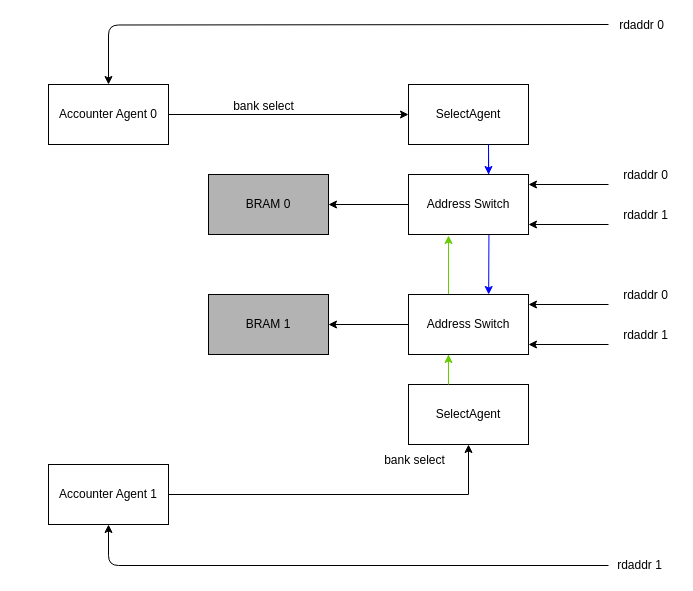
Before: page "read switch" (2 of 2) of doc/figures.drawio in dpretet/meduram, a draw.io diagram. Source tidied: cells renumbered, new cells numbered last; positions are measured from the earlier drawing's top-left corner, leaving out a move shared by most shapes. Both pictures are drawn from the tidied source at 100%, with x=0, y=0 at pixel (48, 24).
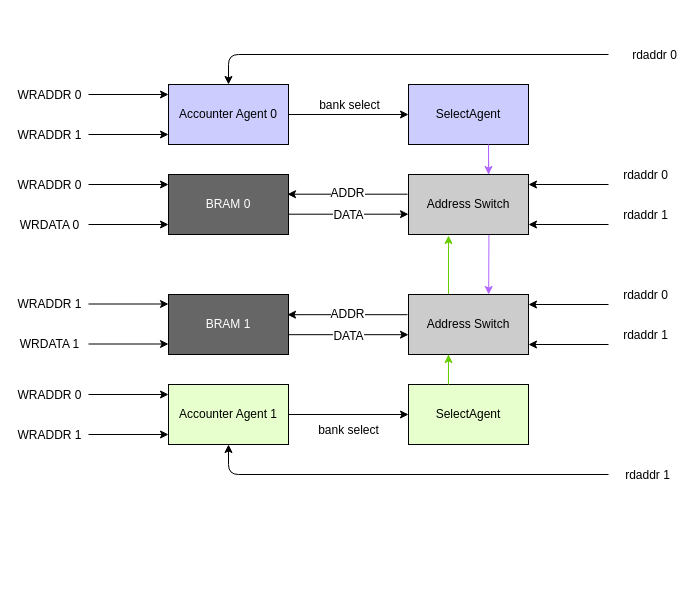
After the change.

Unchanged cells that the change refers to:
```xml
<mxCell id="4" style="edgeStyle=orthogonalEdgeStyle;rounded=0;jettySize=auto;html=1;exitX=1;exitY=0.5;exitDx=0;exitDy=0;" parent="1" edge="1" source="6" target="7">
  <mxGeometry relative="1" as="geometry" />
</mxCell>
```

Diff of the diagram source:
```diff
@@
-    <mxCell id="2" style="edgeStyle=orthogonalEdgeStyle;rounded=0;jettySize=auto;html=1;exitX=0.5;exitY=1;exitDx=0;exitDy=0;entryX=0.668;entryY=0;entryDx=0;entryDy=0;entryPerimeter=0;strokeColor=#0000FF;" parent="1" edge="1" target="20">
+    <mxCell id="2" style="edgeStyle=orthogonalEdgeStyle;rounded=0;jettySize=auto;html=1;exitX=0.5;exitY=1;exitDx=0;exitDy=0;entryX=0.668;entryY=0;entryDx=0;entryDy=0;entryPerimeter=0;strokeColor=#B266FF;" parent="1" edge="1" target="20">
       <mxGeometry relative="1" as="geometry">
         <mxPoint x="440" y="120" as="sourcePoint" />
       </mxGeometry>
     </mxCell>
@@
     <mxCell id="5" value="bank select" style="text;html=1;align=center;verticalAlign=middle;labelBackgroundColor=#ffffff;" parent="4" vertex="1">
       <mxGeometry x="0.15" y="4" relative="1" as="geometry">
-        <mxPoint x="-44" y="-5" as="offset" />
+        <mxPoint x="-9" y="-6" as="offset" />
       </mxGeometry>
     </mxCell>
-    <mxCell id="6" value="Accounter Agent 0" style="rounded=0;whiteSpace=wrap;html=1;" parent="1" vertex="1">
-      <mxGeometry y="60" width="120" height="60" as="geometry" />
+    <mxCell id="6" value="Accounter Agent 0" style="rounded=0;whiteSpace=wrap;html=1;fillColor=#CCCCFF;" parent="1" vertex="1">
+      <mxGeometry x="120" y="60" width="120" height="60" as="geometry" />
     </mxCell>
-    <mxCell id="7" value="SelectAgent" style="rounded=0;whiteSpace=wrap;html=1;" parent="1" vertex="1">
+    <mxCell id="7" value="SelectAgent" style="rounded=0;whiteSpace=wrap;html=1;fillColor=#CCCCFF;" parent="1" vertex="1">
       <mxGeometry x="360" y="60" width="120" height="60" as="geometry" />
     </mxCell>
     <mxCell id="8" style="endArrow=classic;html=1;entryX=0.5;entryY=0;entryDx=0;entryDy=0;edgeStyle=orthogonalEdgeStyle;" parent="1" edge="1" target="6">
       <mxGeometry relative="1" as="geometry">
-        <mxPoint x="560" as="sourcePoint" />
+        <mxPoint x="560" y="30" as="sourcePoint" />
+        <Array as="points">
+          <mxPoint x="560" y="30" />
+          <mxPoint x="180" y="30" />
+        </Array>
       </mxGeometry>
     </mxCell>
     <mxCell id="9" value="rdaddr 0" style="text;html=1;align=center;verticalAlign=middle;labelBackgroundColor=#ffffff;" parent="8" vertex="1">
       <mxGeometry x="-0.22" relative="1" as="geometry">
-        <mxPoint x="250" as="offset" />
+        <mxPoint x="205" as="offset" />
       </mxGeometry>
     </mxCell>
-    <mxCell id="10" style="edgeStyle=orthogonalEdgeStyle;rounded=0;jettySize=auto;html=1;" parent="1" edge="1" source="11">
-      <mxGeometry relative="1" as="geometry">
-        <mxPoint x="280" y="180" as="targetPoint" />
-      </mxGeometry>
-    </mxCell>
-    <mxCell id="11" value="Address Switch" style="rounded=0;whiteSpace=wrap;html=1;" parent="1" vertex="1">
+    <mxCell id="11" value="Address Switch" style="rounded=0;whiteSpace=wrap;html=1;fillColor=#CCCCCC;" parent="1" vertex="1">
       <mxGeometry x="360" y="150" width="120" height="60" as="geometry" />
     </mxCell>
-    <mxCell id="12" value="BRAM 0" style="rounded=0;whiteSpace=wrap;html=1;fillColor=#B3B3B3;" parent="1" vertex="1">
-      <mxGeometry x="160" y="150" width="120" height="60" as="geometry" />
+    <mxCell id="12" value="&lt;font color=&quot;#ffffff&quot;&gt;BRAM 0&lt;/font&gt;" style="rounded=0;whiteSpace=wrap;html=1;fillColor=#666666;" parent="1" vertex="1">
+      <mxGeometry x="120" y="150" width="120" height="60" as="geometry" />
     </mxCell>
-    <mxCell id="13" value="BRAM 1" style="rounded=0;whiteSpace=wrap;html=1;fillColor=#B3B3B3;" parent="1" vertex="1">
-      <mxGeometry x="160" y="270" width="120" height="60" as="geometry" />
+    <mxCell id="13" value="BRAM 1" style="rounded=0;whiteSpace=wrap;html=1;fillColor=#666666;fontColor=#FFFFFF;" parent="1" vertex="1">
+      <mxGeometry x="120" y="270" width="120" height="60" as="geometry" />
     </mxCell>
-    <mxCell id="14" style="edgeStyle=orthogonalEdgeStyle;rounded=0;jettySize=auto;html=1;exitX=1;exitY=0.5;exitDx=0;exitDy=0;entryX=0.5;entryY=1;entryDx=0;entryDy=0;" parent="1" edge="1" source="15" target="16">
+    <mxCell id="14" style="edgeStyle=orthogonalEdgeStyle;rounded=0;jettySize=auto;html=1;exitX=1;exitY=0.5;exitDx=0;exitDy=0;entryX=0;entryY=0.5;entryDx=0;entryDy=0;" parent="1" edge="1" source="15" target="16">
       <mxGeometry relative="1" as="geometry" />
     </mxCell>
-    <mxCell id="15" value="Accounter Agent 1" style="rounded=0;whiteSpace=wrap;html=1;" parent="1" vertex="1">
-      <mxGeometry y="440" width="120" height="60" as="geometry" />
+    <mxCell id="15" value="Accounter Agent 1" style="rounded=0;whiteSpace=wrap;html=1;fillColor=#E6FFCC;" parent="1" vertex="1">
+      <mxGeometry x="120" y="360" width="120" height="60" as="geometry" />
     </mxCell>
-    <mxCell id="16" value="SelectAgent" style="rounded=0;whiteSpace=wrap;html=1;" parent="1" vertex="1">
+    <mxCell id="16" value="SelectAgent" style="rounded=0;whiteSpace=wrap;html=1;fillColor=#E6FFCC;" parent="1" vertex="1">
       <mxGeometry x="360" y="360" width="120" height="60" as="geometry" />
     </mxCell>
     <mxCell id="17" style="endArrow=classic;html=1;entryX=0.5;entryY=1;entryDx=0;entryDy=0;edgeStyle=orthogonalEdgeStyle;" parent="1" edge="1" target="15">
       <mxGeometry relative="1" as="geometry">
-        <mxPoint x="560" y="541" as="sourcePoint" />
+        <mxPoint x="560" y="450" as="sourcePoint" />
         <Array as="points">
-          <mxPoint x="560" y="541" />
-          <mxPoint x="60" y="541" />
+          <mxPoint x="560" y="450" />
+          <mxPoint x="180" y="450" />
         </Array>
       </mxGeometry>
     </mxCell>
     <mxCell id="18" value="rdaddr 1" style="text;html=1;align=center;verticalAlign=middle;labelBackgroundColor=#ffffff;" parent="17" vertex="1">
       <mxGeometry x="-0.22" relative="1" as="geometry">
-        <mxPoint x="241.5" y="-0.5" as="offset" />
+        <mxPoint x="198.5" as="offset" />
       </mxGeometry>
     </mxCell>
-    <mxCell id="19" style="edgeStyle=orthogonalEdgeStyle;rounded=0;jettySize=auto;html=1;" parent="1" edge="1" source="20">
-      <mxGeometry relative="1" as="geometry">
-        <mxPoint x="280" y="300" as="targetPoint" />
-      </mxGeometry>
-    </mxCell>
-    <mxCell id="20" value="Address Switch" style="rounded=0;whiteSpace=wrap;html=1;" parent="1" vertex="1">
+    <mxCell id="20" value="Address Switch" style="rounded=0;whiteSpace=wrap;html=1;fillColor=#CCCCCC;" parent="1" vertex="1">
       <mxGeometry x="360" y="270" width="120" height="60" as="geometry" />
     </mxCell>
@@
-    <mxCell id="29" style="edgeStyle=orthogonalEdgeStyle;rounded=0;orthogonalLoop=1;jettySize=auto;html=1;exitX=0.5;exitY=1;exitDx=0;exitDy=0;strokeColor=#0000FF;" parent="1" edge="1">
+    <mxCell id="29" style="edgeStyle=orthogonalEdgeStyle;rounded=0;orthogonalLoop=1;jettySize=auto;html=1;exitX=0.5;exitY=1;exitDx=0;exitDy=0;strokeColor=#B266FF;" parent="1" edge="1">
       <mxGeometry relative="1" as="geometry">
         <mxPoint x="440" y="120" as="sourcePoint" />
         <mxPoint x="440" y="150" as="targetPoint" />
       </mxGeometry>
     </mxCell>
@@
     <mxCell id="31" value="bank select" style="text;html=1;align=center;verticalAlign=middle;labelBackgroundColor=#ffffff;" parent="1" vertex="1">
-      <mxGeometry x="409.9" y="440.1" as="geometry">
+      <mxGeometry x="343.9" y="410.1" as="geometry">
         <mxPoint x="-44" y="-5" as="offset" />
       </mxGeometry>
     </mxCell>
+    <mxCell id="32" style="endArrow=classic;html=1;entryX=0;entryY=0.25;entryDx=0;entryDy=0;" parent="1" edge="1">
+      <mxGeometry relative="1" as="geometry">
+        <mxPoint x="40" y="70" as="sourcePoint" />
+        <mxPoint x="120" y="70" as="targetPoint" />
+      </mxGeometry>
+    </mxCell>
+    <mxCell id="33" value="WRADDR 0" style="text;html=1;align=center;verticalAlign=middle;labelBackgroundColor=#ffffff;" parent="32" vertex="1">
+      <mxGeometry x="-0.41" relative="1" as="geometry">
+        <mxPoint x="-63.5" as="offset" />
+      </mxGeometry>
+    </mxCell>
+    <mxCell id="34" style="endArrow=classic;html=1;entryX=0;entryY=0.25;entryDx=0;entryDy=0;" parent="1" edge="1">
+      <mxGeometry relative="1" as="geometry">
+        <mxPoint x="40" y="110" as="sourcePoint" />
+        <mxPoint x="120" y="110" as="targetPoint" />
+      </mxGeometry>
+    </mxCell>
+    <mxCell id="35" value="WRADDR 1" style="text;html=1;align=center;verticalAlign=middle;labelBackgroundColor=#ffffff;" parent="34" vertex="1">
+      <mxGeometry x="-0.38" y="3" relative="1" as="geometry">
+        <mxPoint x="-64.5" y="3" as="offset" />
+      </mxGeometry>
+    </mxCell>
+    <mxCell id="36" style="endArrow=classic;html=1;entryX=0;entryY=0.25;entryDx=0;entryDy=0;" parent="1" edge="1">
+      <mxGeometry relative="1" as="geometry">
+        <mxPoint x="40" y="370" as="sourcePoint" />
+        <mxPoint x="120" y="370" as="targetPoint" />
+      </mxGeometry>
+    </mxCell>
+    <mxCell id="37" value="WRADDR 0" style="text;html=1;align=center;verticalAlign=middle;labelBackgroundColor=#ffffff;" parent="36" vertex="1">
+      <mxGeometry x="-0.41" relative="1" as="geometry">
+        <mxPoint x="-63.5" as="offset" />
+      </mxGeometry>
+    </mxCell>
+    <mxCell id="38" style="endArrow=classic;html=1;entryX=0;entryY=0.25;entryDx=0;entryDy=0;" parent="1" edge="1">
+      <mxGeometry relative="1" as="geometry">
+        <mxPoint x="40" y="410" as="sourcePoint" />
+        <mxPoint x="120" y="410" as="targetPoint" />
+      </mxGeometry>
+    </mxCell>
+    <mxCell id="39" value="WRADDR 1" style="text;html=1;align=center;verticalAlign=middle;labelBackgroundColor=#ffffff;" parent="38" vertex="1">
+      <mxGeometry x="-0.38" y="3" relative="1" as="geometry">
+        <mxPoint x="-64.5" y="3" as="offset" />
+      </mxGeometry>
+    </mxCell>
+    <mxCell id="40" style="endArrow=classic;html=1;entryX=0;entryY=0.25;entryDx=0;entryDy=0;" parent="1" edge="1">
+      <mxGeometry relative="1" as="geometry">
+        <mxPoint x="40" y="279.5" as="sourcePoint" />
+        <mxPoint x="120" y="279.5" as="targetPoint" />
+      </mxGeometry>
+    </mxCell>
+    <mxCell id="41" value="WRADDR 1" style="text;html=1;align=center;verticalAlign=middle;labelBackgroundColor=#ffffff;" parent="40" vertex="1">
+      <mxGeometry x="-0.41" relative="1" as="geometry">
+        <mxPoint x="-63.5" as="offset" />
+      </mxGeometry>
+    </mxCell>
+    <mxCell id="42" style="endArrow=classic;html=1;entryX=0;entryY=0.25;entryDx=0;entryDy=0;" parent="1" edge="1">
+      <mxGeometry relative="1" as="geometry">
+        <mxPoint x="40" y="319.5" as="sourcePoint" />
+        <mxPoint x="120" y="319.5" as="targetPoint" />
+      </mxGeometry>
+    </mxCell>
+    <mxCell id="43" value="WRDATA 1" style="text;html=1;align=center;verticalAlign=middle;labelBackgroundColor=#ffffff;" parent="42" vertex="1">
+      <mxGeometry x="-0.38" y="3" relative="1" as="geometry">
+        <mxPoint x="-64.5" y="3" as="offset" />
+      </mxGeometry>
+    </mxCell>
+    <mxCell id="44" style="endArrow=classic;html=1;entryX=0;entryY=0.25;entryDx=0;entryDy=0;" parent="1" edge="1">
+      <mxGeometry relative="1" as="geometry">
+        <mxPoint x="40" y="160" as="sourcePoint" />
+        <mxPoint x="120" y="160" as="targetPoint" />
+      </mxGeometry>
+    </mxCell>
+    <mxCell id="45" value="WRADDR 0" style="text;html=1;align=center;verticalAlign=middle;labelBackgroundColor=#ffffff;" parent="44" vertex="1">
+      <mxGeometry x="-0.41" relative="1" as="geometry">
+        <mxPoint x="-63.5" as="offset" />
+      </mxGeometry>
+    </mxCell>
+    <mxCell id="46" style="endArrow=classic;html=1;entryX=0;entryY=0.25;entryDx=0;entryDy=0;" parent="1" edge="1">
+      <mxGeometry relative="1" as="geometry">
+        <mxPoint x="40" y="200" as="sourcePoint" />
+        <mxPoint x="120" y="200" as="targetPoint" />
+      </mxGeometry>
+    </mxCell>
+    <mxCell id="47" value="WRDATA 0" style="text;html=1;align=center;verticalAlign=middle;labelBackgroundColor=#ffffff;" parent="46" vertex="1">
+      <mxGeometry x="-0.38" y="3" relative="1" as="geometry">
+        <mxPoint x="-64.5" y="3" as="offset" />
+      </mxGeometry>
+    </mxCell>
+    <mxCell id="48" style="edgeStyle=orthogonalEdgeStyle;rounded=0;orthogonalLoop=1;jettySize=auto;html=1;entryX=1;entryY=0.5;entryDx=0;entryDy=0;" parent="1" edge="1">
+      <mxGeometry relative="1" as="geometry">
+        <mxPoint x="240" y="310.2" as="sourcePoint" />
+        <mxPoint x="360" y="310.2" as="targetPoint" />
+      </mxGeometry>
+    </mxCell>
+    <mxCell id="49" value="DATA" style="text;html=1;align=center;verticalAlign=middle;labelBackgroundColor=#ffffff;fontColor=#000000;" parent="48" vertex="1">
+      <mxGeometry x="-0.01" y="-1" relative="1" as="geometry" />
+    </mxCell>
+    <mxCell id="50" style="edgeStyle=orthogonalEdgeStyle;rounded=0;orthogonalLoop=1;jettySize=auto;html=1;entryX=1;entryY=0.5;entryDx=0;entryDy=0;" parent="1" edge="1">
+      <mxGeometry relative="1" as="geometry">
+        <mxPoint x="359" y="290.2" as="sourcePoint" />
+        <mxPoint x="239" y="290.2" as="targetPoint" />
+      </mxGeometry>
+    </mxCell>
+    <mxCell id="51" value="ADDR" style="text;html=1;align=center;verticalAlign=middle;labelBackgroundColor=#ffffff;fontColor=#000000;" parent="50" vertex="1">
+      <mxGeometry x="0.01" y="-1" relative="1" as="geometry" />
+    </mxCell>
+    <mxCell id="52" style="edgeStyle=orthogonalEdgeStyle;rounded=0;orthogonalLoop=1;jettySize=auto;html=1;entryX=1;entryY=0.5;entryDx=0;entryDy=0;" parent="1" edge="1">
+      <mxGeometry relative="1" as="geometry">
+        <mxPoint x="240" y="189.7" as="sourcePoint" />
+        <mxPoint x="360" y="189.7" as="targetPoint" />
+      </mxGeometry>
+    </mxCell>
+    <mxCell id="53" value="DATA" style="text;html=1;align=center;verticalAlign=middle;labelBackgroundColor=#ffffff;fontColor=#000000;" parent="52" vertex="1">
+      <mxGeometry x="-0.01" y="-1" relative="1" as="geometry" />
+    </mxCell>
+    <mxCell id="54" style="edgeStyle=orthogonalEdgeStyle;rounded=0;orthogonalLoop=1;jettySize=auto;html=1;entryX=1;entryY=0.5;entryDx=0;entryDy=0;" parent="1" edge="1">
+      <mxGeometry relative="1" as="geometry">
+        <mxPoint x="359" y="169.7" as="sourcePoint" />
+        <mxPoint x="239" y="169.7" as="targetPoint" />
+      </mxGeometry>
+    </mxCell>
+    <mxCell id="55" value="ADDR" style="text;html=1;align=center;verticalAlign=middle;labelBackgroundColor=#ffffff;fontColor=#000000;" parent="54" vertex="1">
+      <mxGeometry x="0.01" y="-1" relative="1" as="geometry" />
+    </mxCell>
```
